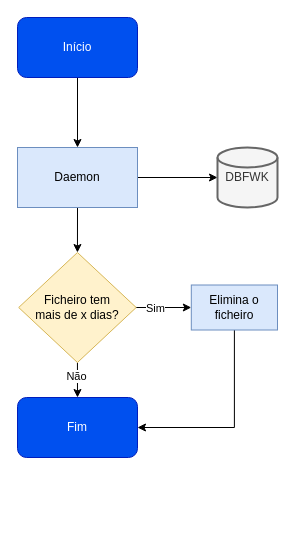
deviniciuss/AndroidHistory keeps this draw.io diagram as page "Processo Daemon" (3 of 3) of Diagrama sem nome.drawio. Above is the earlier version. Source tidied: cells renumbered, new cells numbered last; positions are measured from the earlier drawing's top-left corner, leaving out a move shared by most shapes. Both pictures are drawn from the tidied source at 100%, with x=0, y=0 at pixel (17, 17).
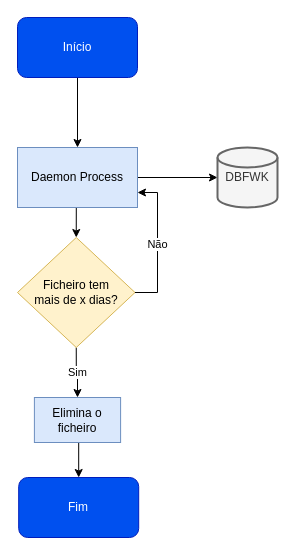
After the change.

Change to the diagram source:
```diff
@@
 <mxGraphModel>
   <root>
     <mxCell id="0" />
     <mxCell id="1" parent="0" />
     <mxCell id="2" style="edgeStyle=orthogonalEdgeStyle;rounded=0;jettySize=auto;html=1;" parent="1" edge="1" source="3" target="6">
       <mxGeometry relative="1" as="geometry" />
     </mxCell>
     <mxCell id="3" value="Início" style="rounded=1;whiteSpace=wrap;html=1;fillColor=#0050ef;fontColor=#ffffff;strokeColor=#001DBC;" parent="1" vertex="1">
       <mxGeometry width="120" height="60" as="geometry" />
     </mxCell>
     <mxCell id="4" style="edgeStyle=orthogonalEdgeStyle;rounded=0;jettySize=auto;html=1;exitX=0.5;exitY=1;exitDx=0;exitDy=0;entryX=0.5;entryY=0;entryDx=0;entryDy=0;" parent="1" edge="1" source="6" target="13">
       <mxGeometry relative="1" as="geometry" />
     </mxCell>
     <mxCell id="5" style="edgeStyle=orthogonalEdgeStyle;rounded=0;jettySize=auto;html=1;exitX=1;exitY=0.5;exitDx=0;exitDy=0;entryX=0;entryY=0.5;entryDx=0;entryDy=0;entryPerimeter=0;" parent="1" edge="1" source="6" target="7">
       <mxGeometry relative="1" as="geometry" />
     </mxCell>
-    <mxCell id="6" value="Daemon" style="rounded=0;whiteSpace=wrap;html=1;fillColor=#dae8fc;strokeColor=#6c8ebf;" parent="1" vertex="1">
+    <mxCell id="6" value="Daemon Process" style="rounded=0;whiteSpace=wrap;html=1;fillColor=#dae8fc;strokeColor=#6c8ebf;" parent="1" vertex="1">
       <mxGeometry y="130" width="120" height="60" as="geometry" />
     </mxCell>
     <mxCell id="7" value="DBFWK" style="strokeWidth=2;html=1;shape=mxgraph.flowchart.database;whiteSpace=wrap;fillColor=#f5f5f5;fontColor=#333333;strokeColor=#666666;" parent="1" vertex="1">
       <mxGeometry x="200" y="130" width="60" height="60" as="geometry" />
     </mxCell>
     <mxCell id="8" value="Fim&lt;br&gt;" style="rounded=1;whiteSpace=wrap;html=1;fillColor=#0050ef;fontColor=#ffffff;strokeColor=#001DBC;" parent="1" vertex="1">
-      <mxGeometry y="380" width="120" height="60" as="geometry" />
+      <mxGeometry x="1.2" y="460" width="120" height="60" as="geometry" />
     </mxCell>
-    <mxCell id="9" style="edgeStyle=orthogonalEdgeStyle;rounded=0;jettySize=auto;html=1;exitX=1;exitY=0.5;exitDx=0;exitDy=0;entryX=0;entryY=0.5;entryDx=0;entryDy=0;" parent="1" edge="1" source="13" target="15">
-      <mxGeometry relative="1" as="geometry" />
-    </mxCell>
-    <mxCell id="10" value="Sim" style="edgeLabel;html=1;align=center;verticalAlign=middle;" parent="9" vertex="1">
-      <mxGeometry x="-0.3" relative="1" as="geometry" />
+    <mxCell id="10" value="Sim" style="edgeStyle=orthogonalEdgeStyle;rounded=0;jettySize=auto;html=1;exitX=0.5;exitY=1;exitDx=0;exitDy=0;entryX=0.5;entryY=0;entryDx=0;entryDy=0;" parent="1" edge="1" source="13" target="15">
+      <mxGeometry relative="1" as="geometry" />
     </mxCell>
-    <mxCell id="11" style="edgeStyle=orthogonalEdgeStyle;rounded=0;jettySize=auto;html=1;exitX=0.5;exitY=1;exitDx=0;exitDy=0;entryX=0.5;entryY=0;entryDx=0;entryDy=0;" parent="1" edge="1" source="13" target="8">
-      <mxGeometry relative="1" as="geometry" />
-    </mxCell>
-    <mxCell id="12" value="Não" style="edgeLabel;html=1;align=center;verticalAlign=middle;" parent="11" vertex="1">
-      <mxGeometry x="-0.26" y="-1" relative="1" as="geometry" />
+    <mxCell id="12" value="Não" style="edgeStyle=orthogonalEdgeStyle;rounded=0;jettySize=auto;html=1;exitX=1;exitY=0.5;exitDx=0;exitDy=0;entryX=1;entryY=0.75;entryDx=0;entryDy=0;" parent="1" edge="1" source="13" target="6">
+      <mxGeometry relative="1" as="geometry" />
     </mxCell>
     <mxCell id="13" value="Ficheiro tem &lt;br&gt;mais de x dias?" style="rhombus;whiteSpace=wrap;html=1;fillColor=#fff2cc;strokeColor=#d6b656;" parent="1" vertex="1">
-      <mxGeometry x="1.2" y="235" width="117.5" height="110" as="geometry" />
+      <mxGeometry y="220" width="117.5" height="110" as="geometry" />
     </mxCell>
-    <mxCell id="14" style="edgeStyle=orthogonalEdgeStyle;rounded=0;jettySize=auto;html=1;exitX=0.5;exitY=1;exitDx=0;exitDy=0;entryX=1;entryY=0.5;entryDx=0;entryDy=0;" parent="1" edge="1" source="15" target="8">
+    <mxCell id="14" style="edgeStyle=orthogonalEdgeStyle;rounded=0;jettySize=auto;html=1;exitX=0.5;exitY=1;exitDx=0;exitDy=0;entryX=0.5;entryY=0;entryDx=0;entryDy=0;" parent="1" edge="1" source="15" target="8">
       <mxGeometry relative="1" as="geometry" />
     </mxCell>
     <mxCell id="15" value="Elimina o ficheiro" style="rounded=0;whiteSpace=wrap;html=1;fillColor=#dae8fc;strokeColor=#6c8ebf;" parent="1" vertex="1">
-      <mxGeometry x="173.8" y="267.5" width="86.2" height="45" as="geometry" />
+      <mxGeometry x="16.9" y="380" width="86.2" height="45" as="geometry" />
     </mxCell>
   </root>
 </mxGraphModel>
```
